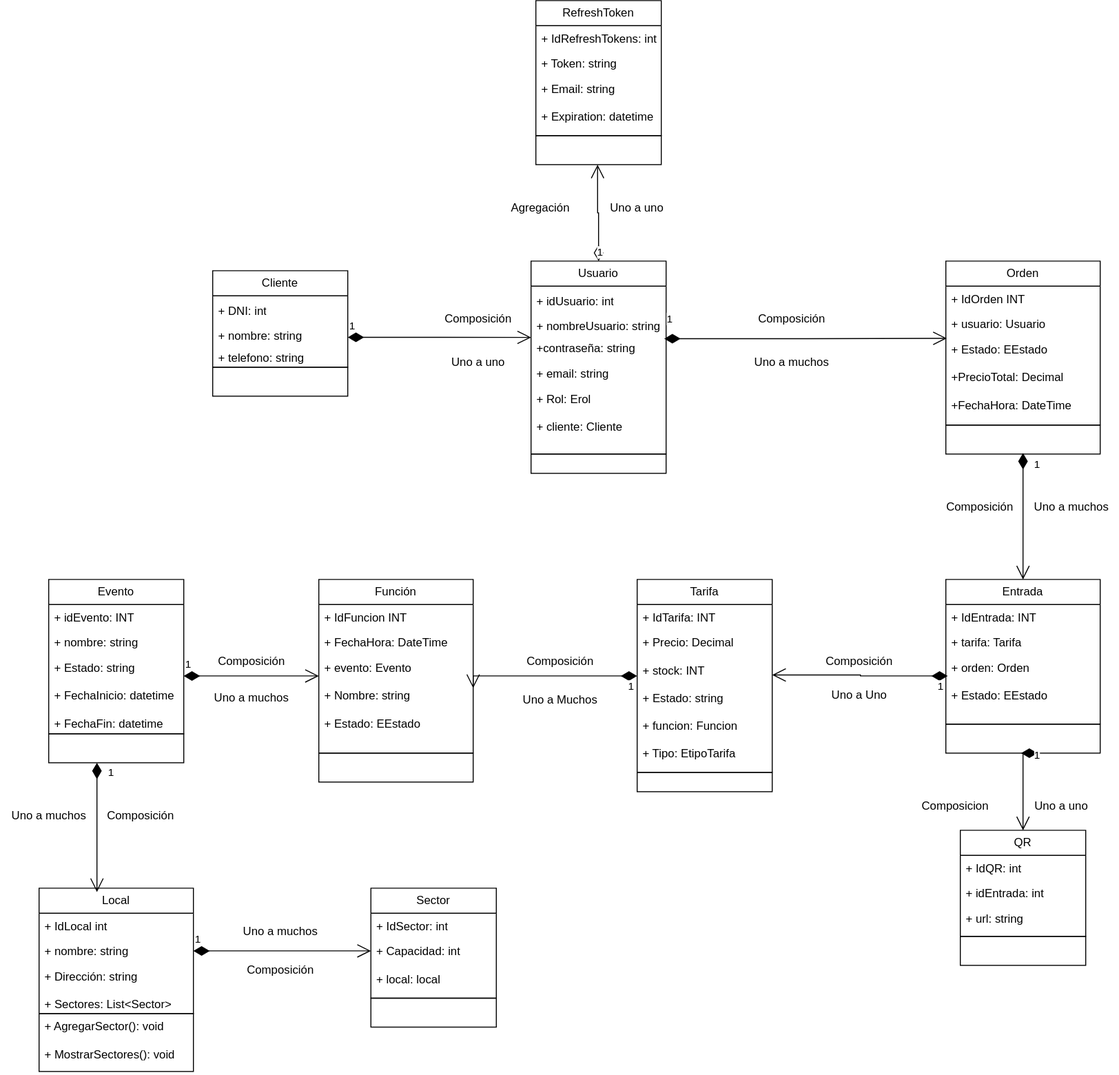
MonkiCapo/AplicacionQR keeps this draw.io diagram as Proyecto/Doc/UML.drawio.svg. Above is the earlier version. Source tidied: cells renumbered, new cells last; positions are measured from the earlier drawing's top-left corner, leaving out a move shared by most shapes.
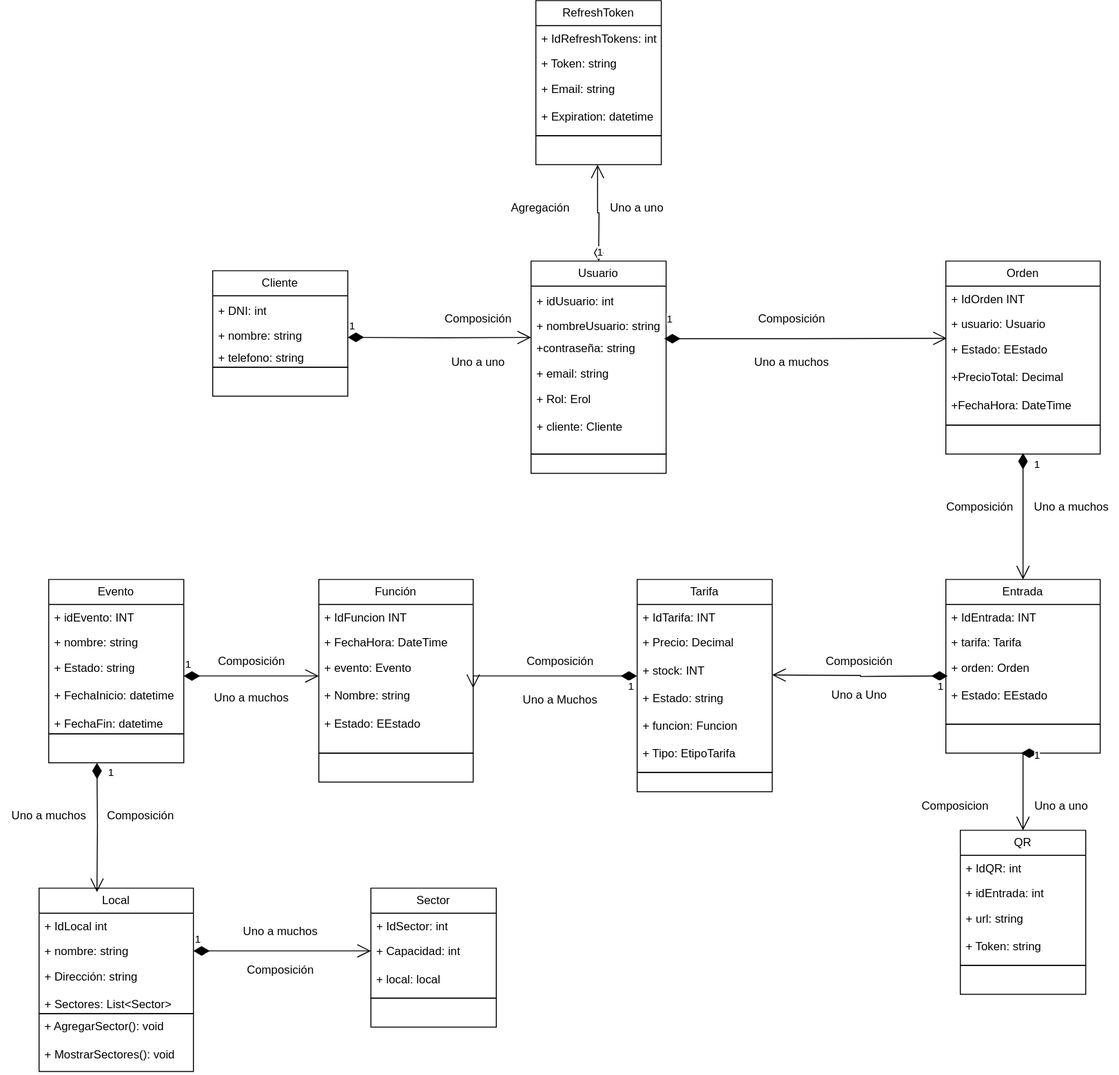
After the change.

Change to the diagram source:
```diff
@@ -232,7 +232,7 @@
       </mxGeometry>
     </mxCell>
     <mxCell id="70" value="QR" style="swimlane;fontStyle=0;horizontal=1;startSize=26;fillColor=none;whiteSpace=wrap;html=1;" parent="1" vertex="1">
-      <mxGeometry x="995" y="860" width="130" height="110" as="geometry" />
+      <mxGeometry x="995" y="860" width="130" height="140" as="geometry" />
     </mxCell>
     <mxCell id="71" value="+ IdQR: int" style="text;strokeColor=none;fillColor=none;align=left;verticalAlign=top;spacingLeft=4;spacingRight=4;overflow=hidden;whiteSpace=wrap;html=1;" parent="70" vertex="1">
       <mxGeometry y="26" width="130" height="26" as="geometry" />
@@ -240,11 +240,11 @@
     <mxCell id="72" value="+ idEntrada: int" style="text;strokeColor=none;fillColor=none;align=left;verticalAlign=top;spacingLeft=4;spacingRight=4;overflow=hidden;whiteSpace=wrap;html=1;" parent="70" vertex="1">
       <mxGeometry y="52" width="130" height="26" as="geometry" />
     </mxCell>
-    <mxCell id="73" value="+ url: string&lt;div&gt;&lt;br&gt;&lt;div&gt;&lt;br&gt;&lt;/div&gt;&lt;/div&gt;&lt;div&gt;&lt;br&gt;&lt;/div&gt;" style="text;strokeColor=none;fillColor=none;align=left;verticalAlign=top;spacingLeft=4;spacingRight=4;overflow=hidden;whiteSpace=wrap;html=1;" parent="70" vertex="1">
-      <mxGeometry y="78" width="130" height="32" as="geometry" />
+    <mxCell id="73" value="+ url: string&lt;div&gt;&lt;br&gt;&lt;div&gt;+ Token: string&lt;/div&gt;&lt;/div&gt;&lt;div&gt;&lt;br&gt;&lt;/div&gt;" style="text;strokeColor=none;fillColor=none;align=left;verticalAlign=top;spacingLeft=4;spacingRight=4;overflow=hidden;whiteSpace=wrap;html=1;" parent="70" vertex="1">
+      <mxGeometry y="78" width="130" height="62" as="geometry" />
     </mxCell>
     <mxCell id="74" style="text;strokeColor=default;fillColor=none;align=left;verticalAlign=top;spacingLeft=4;spacingRight=4;overflow=hidden;whiteSpace=wrap;html=1;" parent="1" vertex="1">
-      <mxGeometry x="995" y="970" width="130" height="30" as="geometry" />
+      <mxGeometry x="995" y="1000" width="130" height="30" as="geometry" />
     </mxCell>
     <mxCell id="75" value="RefreshToken" style="swimlane;fontStyle=0;horizontal=1;startSize=26;fillColor=none;whiteSpace=wrap;html=1;" parent="1" vertex="1">
       <mxGeometry x="555" width="130" height="140" as="geometry" />
```
